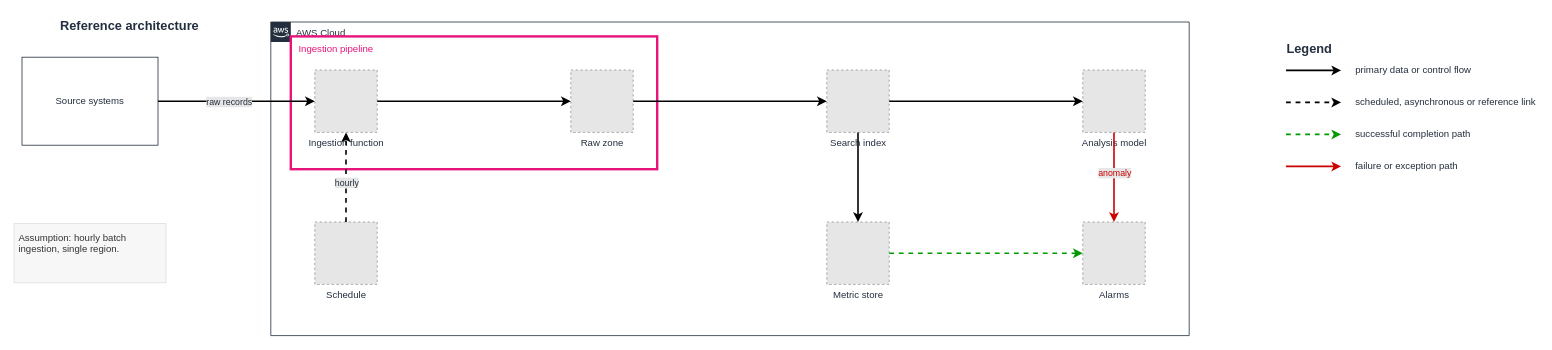
mouadja02/arkitect keeps this draw.io diagram as skills/arkitect-drawio/assets/templates/starter-architecture.drawio. Above is the earlier version. Source tidied: cells renumbered, new cells numbered last; positions are measured from the earlier drawing's top-left corner, leaving out a move shared by most shapes. Both pictures are drawn from the tidied source at 80%, with x=0, y=0 at pixel (14, 14). Pictures stored in the file or linked from it are replaced by grey dashed boxes.
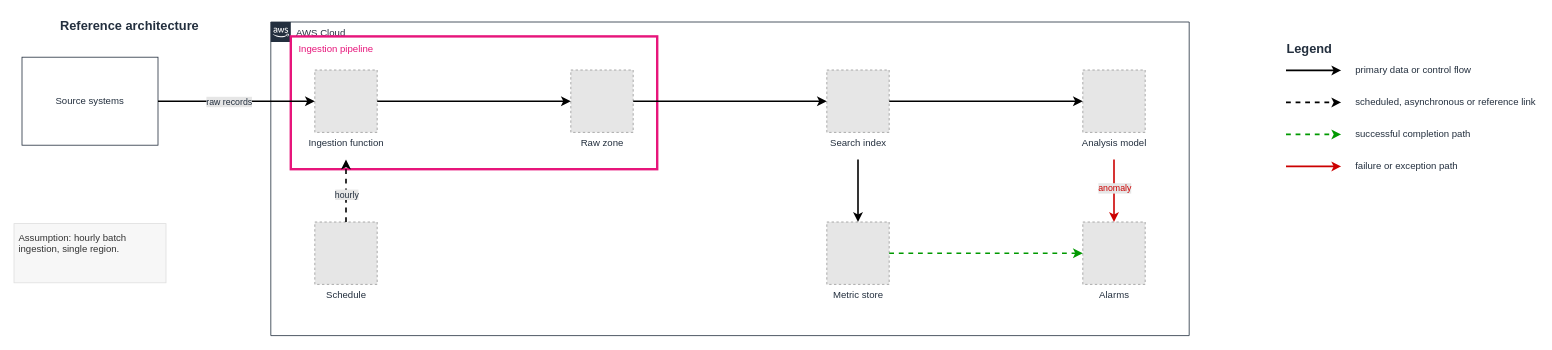
The same page after the edit.

Commit message (it also covers changes not shown here):
fix(drawio): attach vertical edges below icon captions, and warn on a crossing (#45)

The change refers to these unchanged cells:
```xml
<mxCell id="7" value="Ingestion function" style="fillColor=#E6E6E6;strokeColor=#999999;dashed=1;html=1;verticalLabelPosition=bottom;verticalAlign=top;labelBackgroundColor=none;fontSize=12;fontColor=#232F3E;" parent="4" vertex="1">
  <mxGeometry x="30" y="42" width="78" height="78" as="geometry" />
</mxCell>
<mxCell id="9" value="Search index" style="fillColor=#E6E6E6;strokeColor=#999999;dashed=1;html=1;verticalLabelPosition=bottom;verticalAlign=top;labelBackgroundColor=none;fontSize=12;fontColor=#232F3E;" parent="3" vertex="1">
  <mxGeometry x="695" y="60" width="78" height="78" as="geometry" />
</mxCell>
<mxCell id="10" value="Analysis model" style="fillColor=#E6E6E6;strokeColor=#999999;dashed=1;html=1;verticalLabelPosition=bottom;verticalAlign=top;labelBackgroundColor=none;fontSize=12;fontColor=#232F3E;" parent="3" vertex="1">
  <mxGeometry x="1015" y="60" width="78" height="78" as="geometry" />
</mxCell>
<mxCell id="11" value="Schedule" style="fillColor=#E6E6E6;strokeColor=#999999;dashed=1;html=1;verticalLabelPosition=bottom;verticalAlign=top;labelBackgroundColor=none;fontSize=12;fontColor=#232F3E;" parent="3" vertex="1">
  <mxGeometry x="55" y="250" width="78" height="78" as="geometry" />
</mxCell>
<mxCell id="12" value="Metric store" style="fillColor=#E6E6E6;strokeColor=#999999;dashed=1;html=1;verticalLabelPosition=bottom;verticalAlign=top;labelBackgroundColor=none;fontSize=12;fontColor=#232F3E;" parent="3" vertex="1">
  <mxGeometry x="695" y="250" width="78" height="78" as="geometry" />
</mxCell>
<mxCell id="13" value="Alarms" style="fillColor=#E6E6E6;strokeColor=#999999;dashed=1;html=1;verticalLabelPosition=bottom;verticalAlign=top;labelBackgroundColor=none;fontSize=12;fontColor=#232F3E;" parent="3" vertex="1">
  <mxGeometry x="1015" y="250" width="78" height="78" as="geometry" />
</mxCell>
```

Diff of the diagram source:
```diff
@@
-    <mxCell id="19" style="edgeStyle=orthogonalEdgeStyle;rounded=0;html=1;jettySize=auto;strokeColor=#000000;strokeWidth=2;dashed=1;endArrow=classic;endFill=1;" parent="1" edge="1" source="11" target="7">
+    <mxCell id="19" style="edgeStyle=orthogonalEdgeStyle;rounded=0;html=1;jettySize=auto;strokeColor=#000000;strokeWidth=2;dashed=1;endArrow=classic;endFill=1;entryX=0.5;entryY=1;entryDx=0;entryDy=34;entryPerimeter=0;" parent="1" edge="1" source="11" target="7">
       <mxGeometry relative="1" as="geometry" />
     </mxCell>
@@
-    <mxCell id="21" style="edgeStyle=orthogonalEdgeStyle;rounded=0;html=1;jettySize=auto;strokeColor=#000000;strokeWidth=2;dashed=0;endArrow=classic;endFill=1;" parent="1" edge="1" source="9" target="12">
+    <mxCell id="21" style="edgeStyle=orthogonalEdgeStyle;rounded=0;html=1;jettySize=auto;strokeColor=#000000;strokeWidth=2;dashed=0;endArrow=classic;endFill=1;exitX=0.5;exitY=1;exitDx=0;exitDy=34;exitPerimeter=0;" parent="1" edge="1" source="9" target="12">
       <mxGeometry relative="1" as="geometry" />
     </mxCell>
@@
-    <mxCell id="23" style="edgeStyle=orthogonalEdgeStyle;rounded=0;html=1;jettySize=auto;strokeColor=#CC0000;strokeWidth=2;dashed=0;endArrow=classic;endFill=1;" parent="1" edge="1" source="10" target="13">
+    <mxCell id="23" style="edgeStyle=orthogonalEdgeStyle;rounded=0;html=1;jettySize=auto;strokeColor=#CC0000;strokeWidth=2;dashed=0;endArrow=classic;endFill=1;exitX=0.5;exitY=1;exitDx=0;exitDy=34;exitPerimeter=0;" parent="1" edge="1" source="10" target="13">
       <mxGeometry relative="1" as="geometry" />
     </mxCell>
```
